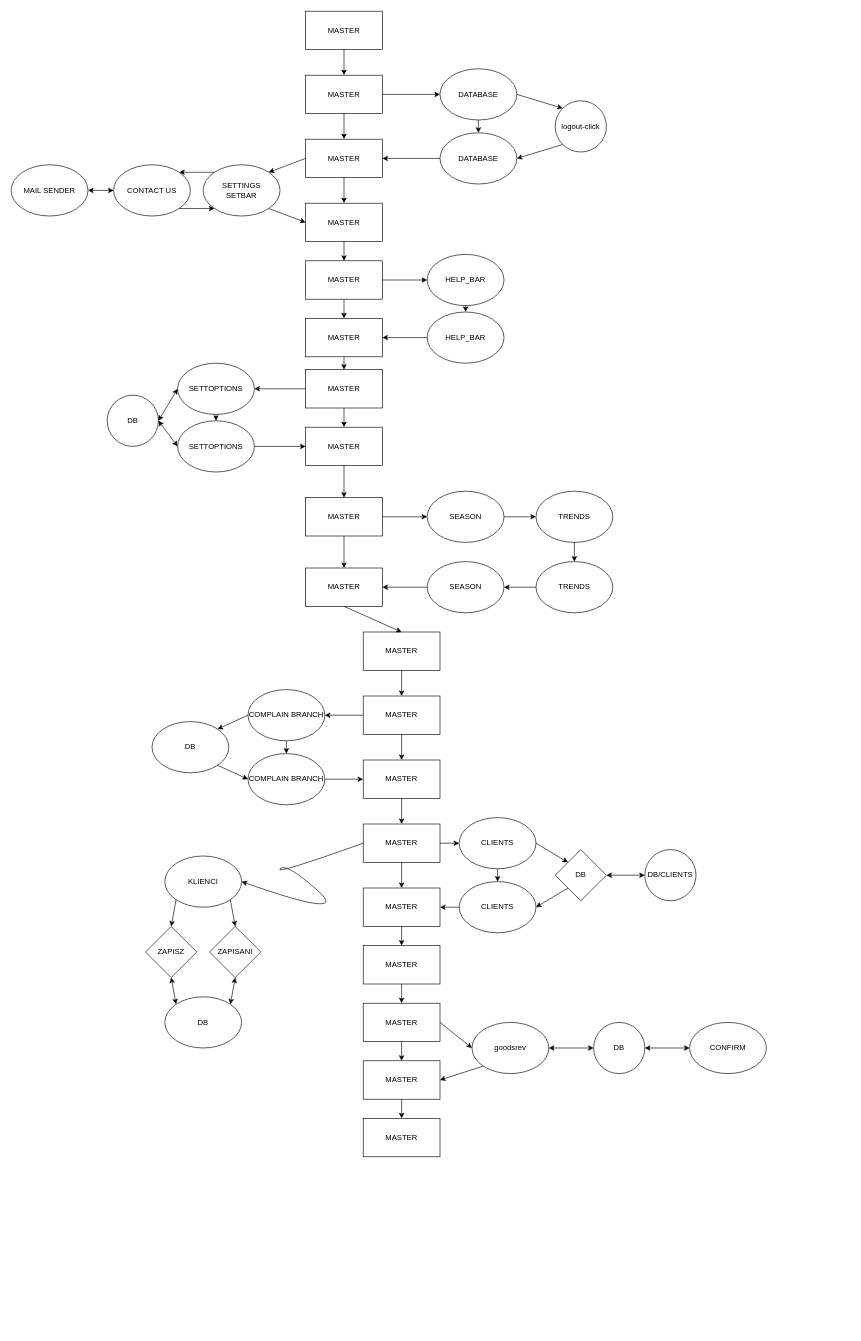
This is INFORMATION/branches.drawio from Man1exter/MAIG-WAREHOUSE, a draw.io file, before an edit. Source tidied: cells renumbered, new cells numbered last; positions are measured from the earlier drawing's top-left corner, leaving out a move shared by most shapes. Both pictures are drawn from the tidied source at 64%, with x=0, y=0 at pixel (11, 11).
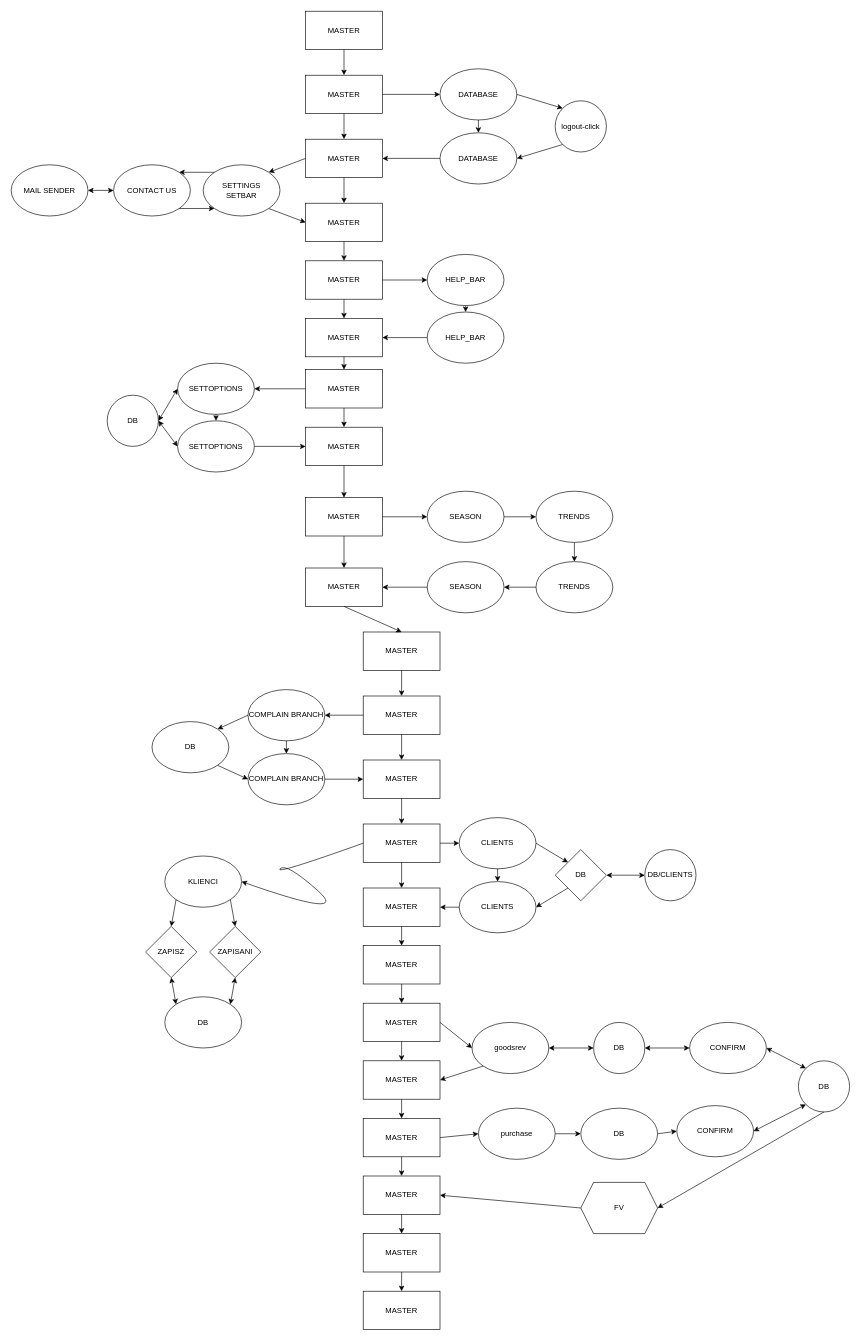
The same diagram, later.

The change refers to these unchanged cells:
```xml
<mxCell id="102" value="MASTER&lt;br&gt;" style="rounded=0;whiteSpace=wrap;html=1;" parent="1" vertex="1">
  <mxGeometry x="550" y="1730" width="120" height="60" as="geometry" />
</mxCell>
<mxCell id="109" value="CONFIRM" style="ellipse;whiteSpace=wrap;html=1;" parent="1" vertex="1">
  <mxGeometry x="1060" y="1580" width="120" height="80" as="geometry" />
</mxCell>
```

Diff of the diagram source:
```diff
@@
+    <mxCell id="111" value="MASTER" style="rounded=0;whiteSpace=wrap;html=1;" parent="1" vertex="1">
+      <mxGeometry x="550" y="1820" width="120" height="60" as="geometry" />
+    </mxCell>
+    <mxCell id="112" style="endArrow=classic;html=1;exitX=0.5;exitY=1;exitDx=0;exitDy=0;entryX=0.5;entryY=0;entryDx=0;entryDy=0;" parent="1" edge="1" source="102" target="111">
+      <mxGeometry relative="1" as="geometry" />
+    </mxCell>
+    <mxCell id="113" value="purchase" style="ellipse;whiteSpace=wrap;html=1;" parent="1" vertex="1">
+      <mxGeometry x="730" y="1714" width="120" height="80" as="geometry" />
+    </mxCell>
+    <mxCell id="114" style="endArrow=classic;html=1;exitX=1;exitY=0.5;exitDx=0;exitDy=0;entryX=0;entryY=0.5;entryDx=0;entryDy=0;" parent="1" edge="1" source="102" target="113">
+      <mxGeometry relative="1" as="geometry" />
+    </mxCell>
+    <mxCell id="115" value="DB" style="ellipse;whiteSpace=wrap;html=1;" parent="1" vertex="1">
+      <mxGeometry x="890" y="1714" width="120" height="80" as="geometry" />
+    </mxCell>
+    <mxCell id="116" style="endArrow=classic;html=1;exitX=1;exitY=0.5;exitDx=0;exitDy=0;entryX=0;entryY=0.5;entryDx=0;entryDy=0;" parent="1" edge="1" source="113" target="115">
+      <mxGeometry relative="1" as="geometry" />
+    </mxCell>
+    <mxCell id="117" value="CONFIRM" style="ellipse;whiteSpace=wrap;html=1;" parent="1" vertex="1">
+      <mxGeometry x="1040" y="1710" width="120" height="80" as="geometry" />
+    </mxCell>
+    <mxCell id="118" style="endArrow=classic;html=1;exitX=1;exitY=0.5;exitDx=0;exitDy=0;entryX=0;entryY=0.5;entryDx=0;entryDy=0;" parent="1" edge="1" source="115" target="117">
+      <mxGeometry relative="1" as="geometry" />
+    </mxCell>
+    <mxCell id="119" value="DB" style="ellipse;whiteSpace=wrap;html=1;" parent="1" vertex="1">
+      <mxGeometry x="1230" y="1640" width="80" height="80" as="geometry" />
+    </mxCell>
+    <mxCell id="120" style="endArrow=classic;startArrow=classic;html=1;entryX=1;entryY=0.5;entryDx=0;entryDy=0;exitX=0;exitY=0;exitDx=0;exitDy=0;" parent="1" edge="1" source="119" target="109">
+      <mxGeometry relative="1" as="geometry" />
+    </mxCell>
+    <mxCell id="121" style="endArrow=classic;startArrow=classic;html=1;entryX=0;entryY=1;entryDx=0;entryDy=0;exitX=1;exitY=0.5;exitDx=0;exitDy=0;" parent="1" edge="1" source="117" target="119">
+      <mxGeometry relative="1" as="geometry" />
+    </mxCell>
+    <mxCell id="122" value="FV" style="shape=hexagon;perimeter=hexagonPerimeter2;whiteSpace=wrap;html=1;fixedSize=1;" parent="1" vertex="1">
+      <mxGeometry x="890" y="1830" width="120" height="80" as="geometry" />
+    </mxCell>
+    <mxCell id="123" style="endArrow=classic;html=1;exitX=0.5;exitY=1;exitDx=0;exitDy=0;entryX=1;entryY=0.5;entryDx=0;entryDy=0;" parent="1" edge="1" source="119" target="122">
+      <mxGeometry relative="1" as="geometry" />
+    </mxCell>
+    <mxCell id="124" value="MASTER" style="rounded=0;whiteSpace=wrap;html=1;" parent="1" vertex="1">
+      <mxGeometry x="550" y="1910" width="120" height="60" as="geometry" />
+    </mxCell>
+    <mxCell id="125" style="endArrow=classic;html=1;exitX=0.5;exitY=1;exitDx=0;exitDy=0;entryX=0.5;entryY=0;entryDx=0;entryDy=0;" parent="1" edge="1" source="111" target="124">
+      <mxGeometry relative="1" as="geometry" />
+    </mxCell>
+    <mxCell id="126" style="endArrow=classic;html=1;exitX=0;exitY=0.5;exitDx=0;exitDy=0;entryX=1;entryY=0.5;entryDx=0;entryDy=0;" parent="1" edge="1" source="122" target="111">
+      <mxGeometry relative="1" as="geometry" />
+    </mxCell>
+    <mxCell id="127" value="MASTER" style="rounded=0;whiteSpace=wrap;html=1;" parent="1" vertex="1">
+      <mxGeometry x="550" y="2000" width="120" height="60" as="geometry" />
+    </mxCell>
+    <mxCell id="128" style="endArrow=classic;html=1;exitX=0.5;exitY=1;exitDx=0;exitDy=0;entryX=0.5;entryY=0;entryDx=0;entryDy=0;" parent="1" edge="1" source="124" target="127">
+      <mxGeometry relative="1" as="geometry" />
+    </mxCell>
```
